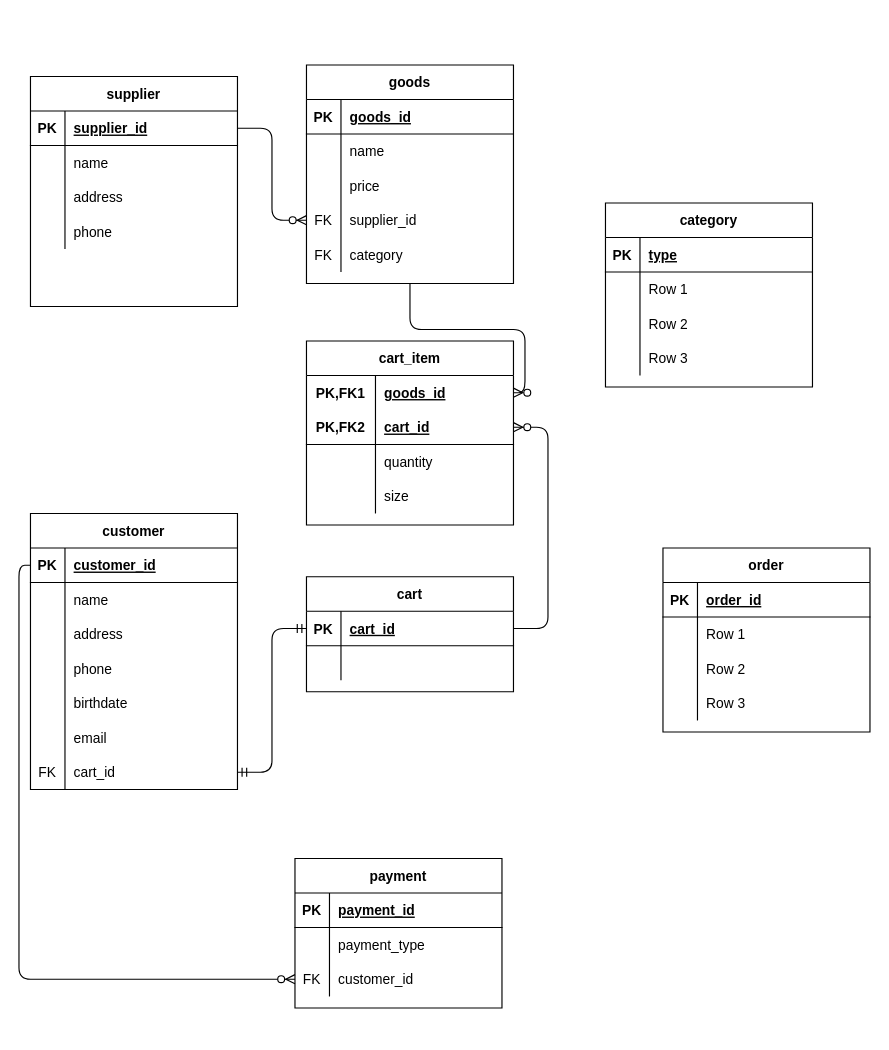
Above: ermodel.drawio in BoshiLee/ecommerce (draw.io), before the change. Source tidied: cells renumbered, new cells numbered last; positions are measured from the earlier drawing's top-left corner, leaving out a move shared by most shapes. Both pictures are drawn from the tidied source at 115%, with x=0, y=0 at pixel (30, 64).
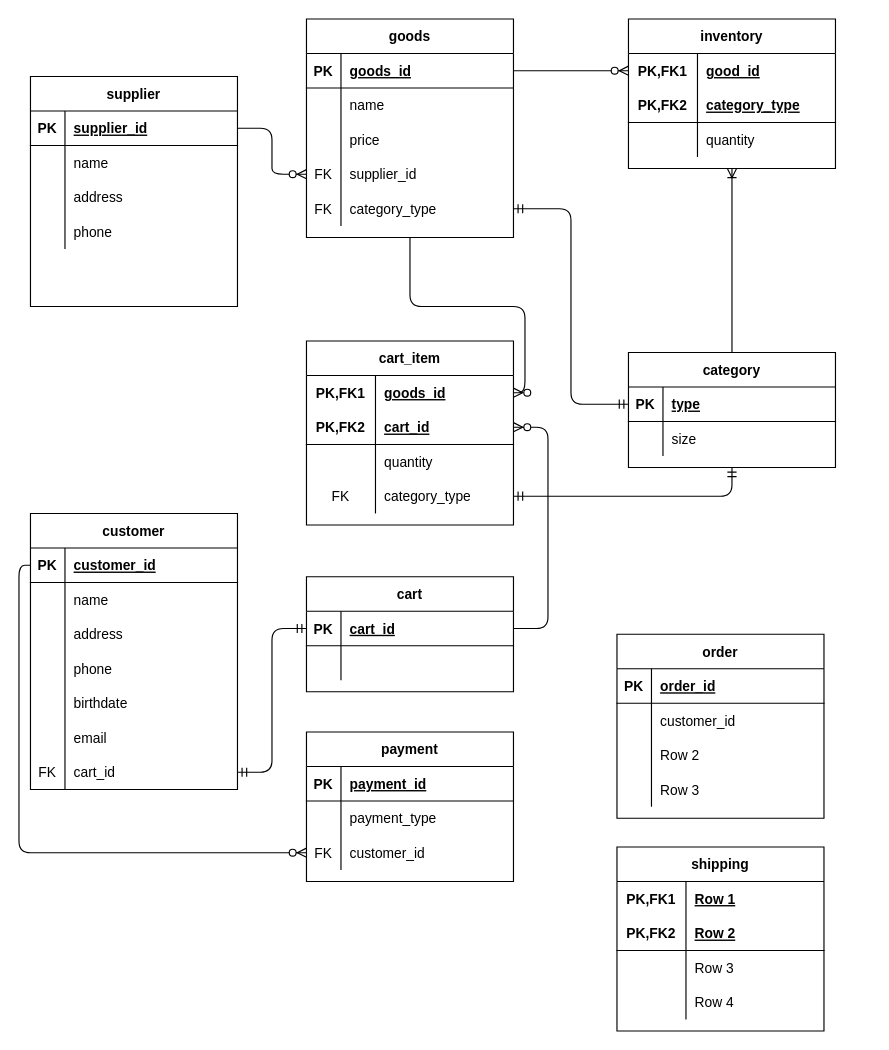
After the change.

Unchanged cells that the change refers to:
```xml
<mxCell id="48" style="shape=partialRectangle;fillColor=none;top=0;left=0;bottom=1;right=0;points=[[0,0.5],[1,0.5]];portConstraint=eastwest;" parent="47" vertex="1">
  <mxGeometry y="30" width="180" height="30" as="geometry" />
</mxCell>
<mxCell id="60" style="shape=partialRectangle;fillColor=none;top=0;left=0;bottom=0;right=0;points=[[0,0.5],[1,0.5]];portConstraint=eastwest;" parent="47" vertex="1">
  <mxGeometry y="150" width="180" height="30" as="geometry" />
</mxCell>
<mxCell id="64" style="shape=partialRectangle;fillColor=none;top=0;left=0;bottom=1;right=0;points=[[0,0.5],[1,0.5]];portConstraint=eastwest;" parent="63" vertex="1">
  <mxGeometry y="30" width="180" height="30" as="geometry" />
</mxCell>
<mxCell id="67" style="shape=partialRectangle;fillColor=none;top=0;left=0;bottom=0;right=0;" parent="63" vertex="1">
  <mxGeometry y="60" width="180" height="30" as="geometry" />
</mxCell>
<mxCell id="87" style="shape=partialRectangle;fillColor=none;top=0;left=0;bottom=0;right=0;" parent="83" vertex="1">
  <mxGeometry y="60" width="180" height="30" as="geometry" />
</mxCell>
<mxCell id="98" value="cart_item" style="shape=table;startSize=30;childLayout=tableLayout;rowLines=0;fontStyle=1;align=center;" parent="1" vertex="1">
  <mxGeometry x="240" y="240" width="180" height="160" as="geometry" />
</mxCell>
```

The edit, as a diff of the source:
```diff
@@
     <mxCell id="24" value="payment" style="shape=table;startSize=30;childLayout=tableLayout;rowLines=0;fontStyle=1;align=center;" parent="1" vertex="1">
-      <mxGeometry x="230" y="690" width="180" height="130" as="geometry" />
+      <mxGeometry x="240" y="580" width="180" height="130" as="geometry" />
     </mxCell>
@@
     <mxCell id="47" value="goods" style="shape=table;startSize=30;childLayout=tableLayout;rowLines=0;fontStyle=1;align=center;" parent="1" vertex="1">
-      <mxGeometry x="240" width="180" height="190" as="geometry" />
+      <mxGeometry x="240" y="-40" width="180" height="190" as="geometry" />
     </mxCell>
@@
-    <mxCell id="62" value="category" style="shape=partialRectangle;fillColor=none;top=0;left=0;bottom=0;right=0;align=left;spacingLeft=6;fontStyle=0;overflow=hidden;" parent="60" vertex="1">
+    <mxCell id="62" value="category_type" style="shape=partialRectangle;fillColor=none;top=0;left=0;bottom=0;right=0;align=left;spacingLeft=6;fontStyle=0;overflow=hidden;" parent="60" vertex="1">
       <mxGeometry x="30" width="150" height="30" as="geometry" />
     </mxCell>
     <mxCell id="63" value="category" style="shape=table;startSize=30;childLayout=tableLayout;rowLines=0;fontStyle=1;align=center;" parent="1" vertex="1">
-      <mxGeometry x="500" y="120" width="180" height="160" as="geometry" />
+      <mxGeometry x="520" y="250" width="180" height="100" as="geometry" />
     </mxCell>
@@
-    <mxCell id="69" value="Row 1" style="shape=partialRectangle;fillColor=none;top=0;left=0;bottom=0;right=0;align=left;spacingLeft=6;overflow=hidden;" parent="67" vertex="1">
+    <mxCell id="69" value="size" style="shape=partialRectangle;fillColor=none;top=0;left=0;bottom=0;right=0;align=left;spacingLeft=6;overflow=hidden;" parent="67" vertex="1">
       <mxGeometry x="30" width="150" height="30" as="geometry" />
     </mxCell>
-    <mxCell id="70" style="shape=partialRectangle;fillColor=none;top=0;left=0;bottom=0;right=0;" parent="63" vertex="1">
-      <mxGeometry y="90" width="180" height="30" as="geometry" />
-    </mxCell>
-    <mxCell id="71" style="shape=partialRectangle;fillColor=none;top=0;left=0;bottom=0;right=0;overflow=hidden;" parent="70" vertex="1">
-      <mxGeometry width="30" height="30" as="geometry" />
-    </mxCell>
-    <mxCell id="72" value="Row 2" style="shape=partialRectangle;fillColor=none;top=0;left=0;bottom=0;right=0;align=left;spacingLeft=6;overflow=hidden;" parent="70" vertex="1">
-      <mxGeometry x="30" width="150" height="30" as="geometry" />
-    </mxCell>
-    <mxCell id="73" style="shape=partialRectangle;fillColor=none;top=0;left=0;bottom=0;right=0;" parent="63" vertex="1">
-      <mxGeometry y="120" width="180" height="30" as="geometry" />
-    </mxCell>
-    <mxCell id="74" style="shape=partialRectangle;fillColor=none;top=0;left=0;bottom=0;right=0;overflow=hidden;" parent="73" vertex="1">
-      <mxGeometry width="30" height="30" as="geometry" />
-    </mxCell>
-    <mxCell id="75" value="Row 3" style="shape=partialRectangle;fillColor=none;top=0;left=0;bottom=0;right=0;align=left;spacingLeft=6;overflow=hidden;" parent="73" vertex="1">
-      <mxGeometry x="30" width="150" height="30" as="geometry" />
-    </mxCell>
@@
     <mxCell id="83" value="order" style="shape=table;startSize=30;childLayout=tableLayout;rowLines=0;fontStyle=1;align=center;" parent="1" vertex="1">
-      <mxGeometry x="550" y="420" width="180" height="160" as="geometry" />
+      <mxGeometry x="510" y="495" width="180" height="160" as="geometry" />
     </mxCell>
@@
-    <mxCell id="89" value="Row 1" style="shape=partialRectangle;fillColor=none;top=0;left=0;bottom=0;right=0;align=left;spacingLeft=6;overflow=hidden;" parent="87" vertex="1">
+    <mxCell id="89" value="customer_id" style="shape=partialRectangle;fillColor=none;top=0;left=0;bottom=0;right=0;align=left;spacingLeft=6;overflow=hidden;" parent="87" vertex="1">
       <mxGeometry x="30" width="150" height="30" as="geometry" />
     </mxCell>
@@
-    <mxCell id="108" style="shape=partialRectangle;fillColor=none;top=0;left=0;bottom=0;right=0;" parent="98" vertex="1">
-      <mxGeometry y="120" width="180" height="30" as="geometry" />
-    </mxCell>
-    <mxCell id="109" style="shape=partialRectangle;fillColor=none;top=0;left=0;bottom=0;right=0;overflow=hidden;" parent="108" vertex="1">
-      <mxGeometry width="60" height="30" as="geometry" />
-    </mxCell>
-    <mxCell id="110" value="size " style="shape=partialRectangle;fillColor=none;top=0;left=0;bottom=0;right=0;align=left;spacingLeft=6;overflow=hidden;" parent="108" vertex="1">
-      <mxGeometry x="60" width="120" height="30" as="geometry" />
-    </mxCell>
+    <mxCell id="114" style="shape=partialRectangle;fillColor=none;top=0;left=0;bottom=0;right=0;points=[[0,0.5],[1,0.5]];portConstraint=eastwest;dashed=1;" parent="98" vertex="1">
+      <mxGeometry y="120" width="180" height="30" as="geometry" />
+    </mxCell>
+    <mxCell id="115" value="FK" style="shape=partialRectangle;fillColor=none;top=0;left=0;bottom=0;right=0;fontStyle=0;overflow=hidden;" parent="114" vertex="1">
+      <mxGeometry width="60" height="30" as="geometry" />
+    </mxCell>
+    <mxCell id="116" value="category_type" style="shape=partialRectangle;fillColor=none;top=0;left=0;bottom=0;right=0;align=left;spacingLeft=6;fontStyle=0;overflow=hidden;" parent="114" vertex="1">
+      <mxGeometry x="60" width="120" height="30" as="geometry" />
+    </mxCell>
@@
+    <mxCell id="117" value="inventory" style="shape=table;startSize=30;childLayout=tableLayout;rowLines=0;fontStyle=1;align=center;" parent="1" vertex="1">
+      <mxGeometry x="520" y="-40" width="180" height="130" as="geometry" />
+    </mxCell>
+    <mxCell id="118" style="shape=partialRectangle;fillColor=none;top=0;left=0;bottom=0;right=0;points=[[0,0.5],[1,0.5]];portConstraint=eastwest;" parent="117" vertex="1">
+      <mxGeometry y="30" width="180" height="30" as="geometry" />
+    </mxCell>
+    <mxCell id="119" value="PK,FK1" style="shape=partialRectangle;fillColor=none;top=0;left=0;bottom=0;right=0;fontStyle=1;overflow=hidden;" parent="118" vertex="1">
+      <mxGeometry width="60" height="30" as="geometry" />
+    </mxCell>
+    <mxCell id="120" value="good_id" style="shape=partialRectangle;fillColor=none;top=0;left=0;bottom=0;right=0;align=left;spacingLeft=6;fontStyle=5;overflow=hidden;" parent="118" vertex="1">
+      <mxGeometry x="60" width="120" height="30" as="geometry" />
+    </mxCell>
+    <mxCell id="121" style="shape=partialRectangle;fillColor=none;top=0;left=0;bottom=1;right=0;" parent="117" vertex="1">
+      <mxGeometry y="60" width="180" height="30" as="geometry" />
+    </mxCell>
+    <mxCell id="122" value="PK,FK2" style="shape=partialRectangle;fillColor=none;top=0;left=0;bottom=0;right=0;fontStyle=1;overflow=hidden;" parent="121" vertex="1">
+      <mxGeometry width="60" height="30" as="geometry" />
+    </mxCell>
+    <mxCell id="123" value="category_type" style="shape=partialRectangle;fillColor=none;top=0;left=0;bottom=0;right=0;align=left;spacingLeft=6;fontStyle=5;overflow=hidden;" parent="121" vertex="1">
+      <mxGeometry x="60" width="120" height="30" as="geometry" />
+    </mxCell>
+    <mxCell id="124" style="shape=partialRectangle;fillColor=none;top=0;left=0;bottom=0;right=0;" parent="117" vertex="1">
+      <mxGeometry y="90" width="180" height="30" as="geometry" />
+    </mxCell>
+    <mxCell id="125" style="shape=partialRectangle;fillColor=none;top=0;left=0;bottom=0;right=0;overflow=hidden;" parent="124" vertex="1">
+      <mxGeometry width="60" height="30" as="geometry" />
+    </mxCell>
+    <mxCell id="126" value="quantity" style="shape=partialRectangle;fillColor=none;top=0;left=0;bottom=0;right=0;align=left;spacingLeft=6;overflow=hidden;" parent="124" vertex="1">
+      <mxGeometry x="60" width="120" height="30" as="geometry" />
+    </mxCell>
+    <mxCell id="127" style="edgeStyle=orthogonalEdgeStyle;fontSize=12;html=1;endArrow=ERmandOne;startArrow=ERmandOne;entryX=0.5;entryY=1;entryDx=0;entryDy=0;exitX=1;exitY=0.5;exitDx=0;exitDy=0;" parent="1" edge="1" source="114" target="63">
+      <mxGeometry relative="1" as="geometry" />
+    </mxCell>
+    <mxCell id="128" style="edgeStyle=orthogonalEdgeStyle;fontSize=12;html=1;endArrow=ERmandOne;startArrow=ERmandOne;entryX=1;entryY=0.5;entryDx=0;entryDy=0;exitX=0;exitY=0.5;exitDx=0;exitDy=0;" parent="1" edge="1" source="64" target="60">
+      <mxGeometry relative="1" as="geometry" />
+    </mxCell>
+    <mxCell id="129" style="edgeStyle=entityRelationEdgeStyle;fontSize=12;html=1;endArrow=ERzeroToMany;endFill=1;entryX=0;entryY=0.5;entryDx=0;entryDy=0;exitX=1;exitY=0.5;exitDx=0;exitDy=0;" parent="1" edge="1" source="48" target="118">
+      <mxGeometry relative="1" as="geometry" />
+    </mxCell>
+    <mxCell id="130" style="fontSize=12;html=1;endArrow=ERoneToMany;entryX=0.5;entryY=1;entryDx=0;entryDy=0;exitX=0.5;exitY=0;exitDx=0;exitDy=0;" parent="1" edge="1" source="63" target="117">
+      <mxGeometry relative="1" as="geometry" />
+    </mxCell>
+    <mxCell id="131" value="shipping" style="shape=table;startSize=30;childLayout=tableLayout;rowLines=0;fontStyle=1;align=center;" parent="1" vertex="1">
+      <mxGeometry x="510" y="680" width="180" height="160" as="geometry" />
+    </mxCell>
+    <mxCell id="132" style="shape=partialRectangle;fillColor=none;top=0;left=0;bottom=0;right=0;" parent="131" vertex="1">
+      <mxGeometry y="30" width="180" height="30" as="geometry" />
+    </mxCell>
+    <mxCell id="133" value="PK,FK1" style="shape=partialRectangle;fillColor=none;top=0;left=0;bottom=0;right=0;fontStyle=1;overflow=hidden;" parent="132" vertex="1">
+      <mxGeometry width="60" height="30" as="geometry" />
+    </mxCell>
+    <mxCell id="134" value="Row 1" style="shape=partialRectangle;fillColor=none;top=0;left=0;bottom=0;right=0;align=left;spacingLeft=6;fontStyle=5;overflow=hidden;" parent="132" vertex="1">
+      <mxGeometry x="60" width="120" height="30" as="geometry" />
+    </mxCell>
+    <mxCell id="135" style="shape=partialRectangle;fillColor=none;top=0;left=0;bottom=1;right=0;" parent="131" vertex="1">
+      <mxGeometry y="60" width="180" height="30" as="geometry" />
+    </mxCell>
+    <mxCell id="136" value="PK,FK2" style="shape=partialRectangle;fillColor=none;top=0;left=0;bottom=0;right=0;fontStyle=1;overflow=hidden;" parent="135" vertex="1">
+      <mxGeometry width="60" height="30" as="geometry" />
+    </mxCell>
+    <mxCell id="72" value="Row 2" style="shape=partialRectangle;fillColor=none;top=0;left=0;bottom=0;right=0;align=left;spacingLeft=6;fontStyle=5;overflow=hidden;" parent="135" vertex="1">
+      <mxGeometry x="60" width="120" height="30" as="geometry" />
+    </mxCell>
+    <mxCell id="137" style="shape=partialRectangle;fillColor=none;top=0;left=0;bottom=0;right=0;" parent="131" vertex="1">
+      <mxGeometry y="90" width="180" height="30" as="geometry" />
+    </mxCell>
+    <mxCell id="138" style="shape=partialRectangle;fillColor=none;top=0;left=0;bottom=0;right=0;overflow=hidden;" parent="137" vertex="1">
+      <mxGeometry width="60" height="30" as="geometry" />
+    </mxCell>
+    <mxCell id="75" value="Row 3" style="shape=partialRectangle;fillColor=none;top=0;left=0;bottom=0;right=0;align=left;spacingLeft=6;overflow=hidden;" parent="137" vertex="1">
+      <mxGeometry x="60" width="120" height="30" as="geometry" />
+    </mxCell>
+    <mxCell id="139" style="shape=partialRectangle;fillColor=none;top=0;left=0;bottom=0;right=0;" parent="131" vertex="1">
+      <mxGeometry y="120" width="180" height="30" as="geometry" />
+    </mxCell>
+    <mxCell id="140" style="shape=partialRectangle;fillColor=none;top=0;left=0;bottom=0;right=0;overflow=hidden;" parent="139" vertex="1">
+      <mxGeometry width="60" height="30" as="geometry" />
+    </mxCell>
+    <mxCell id="141" value="Row 4" style="shape=partialRectangle;fillColor=none;top=0;left=0;bottom=0;right=0;align=left;spacingLeft=6;overflow=hidden;" parent="139" vertex="1">
+      <mxGeometry x="60" width="120" height="30" as="geometry" />
+    </mxCell>
```
